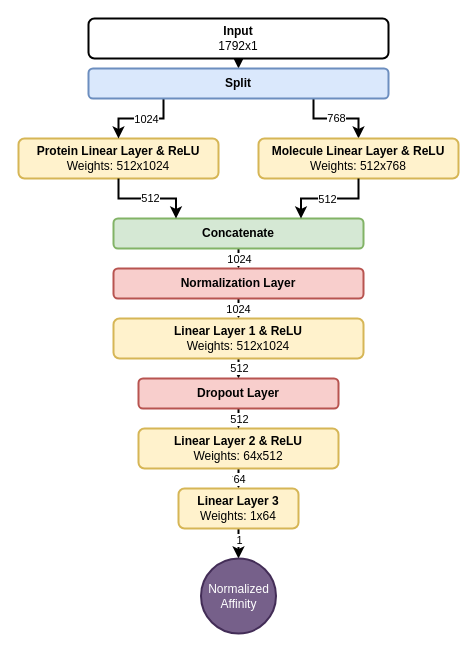
Before: Diagrams/xml/PredictionModule.drawio in trrt-good/WELP-PLAPT, a draw.io diagram. Source tidied: cells renumbered, new cells numbered last; positions are measured from the earlier drawing's top-left corner, leaving out a move shared by most shapes. Both pictures are drawn from the tidied source at 100%, with x=0, y=0 at pixel (18, 18).
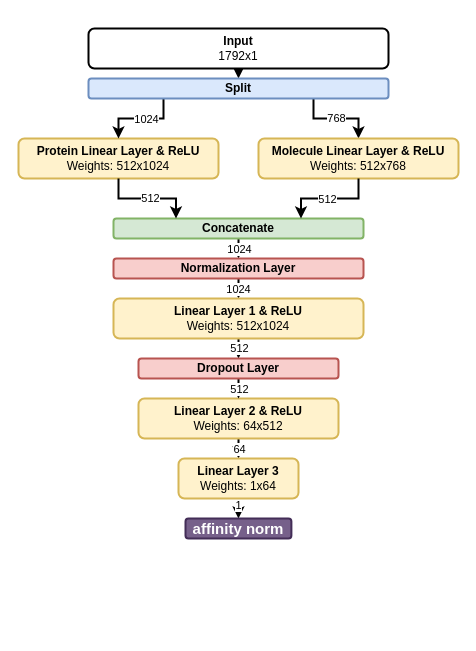
After the change.

Commit message (it also covers changes not shown here):
updated prediction module diagram

The edit, as a diff of the source:
```diff
@@
     <mxCell id="4" value="&lt;b&gt;Input&lt;/b&gt;&lt;br&gt;1792x1" style="rounded=1;whiteSpace=wrap;html=1;strokeWidth=2;" parent="1" vertex="1">
-      <mxGeometry x="70" width="300" height="40" as="geometry" />
+      <mxGeometry x="70" y="10" width="300" height="40" as="geometry" />
     </mxCell>
@@
     <mxCell id="9" value="&lt;b&gt;Split&lt;/b&gt;" style="rounded=1;whiteSpace=wrap;html=1;strokeWidth=2;fillColor=#dae8fc;strokeColor=#6c8ebf;" parent="1" vertex="1">
-      <mxGeometry x="70" y="50" width="300" height="30" as="geometry" />
+      <mxGeometry x="70" y="60" width="300" height="20" as="geometry" />
     </mxCell>
@@
     <mxCell id="13" value="&lt;b&gt;Concatenate&lt;/b&gt;" style="rounded=1;whiteSpace=wrap;html=1;strokeWidth=2;fillColor=#d5e8d4;strokeColor=#82b366;" parent="1" vertex="1">
-      <mxGeometry x="95" y="200" width="250" height="30" as="geometry" />
+      <mxGeometry x="95" y="200" width="250" height="20" as="geometry" />
     </mxCell>
@@
     <mxCell id="20" value="&lt;b&gt;Normalization Layer&lt;/b&gt;" style="rounded=1;whiteSpace=wrap;html=1;strokeWidth=2;fillColor=#f8cecc;strokeColor=#b85450;" parent="1" vertex="1">
-      <mxGeometry x="95" y="250" width="250" height="30" as="geometry" />
+      <mxGeometry x="95" y="240" width="250" height="20" as="geometry" />
     </mxCell>
@@
     <mxCell id="24" value="&lt;b&gt;Linear Layer 1 &amp;amp; ReLU&lt;br&gt;&lt;/b&gt;Weights: 512x1024" style="rounded=1;whiteSpace=wrap;html=1;strokeWidth=2;fillColor=#fff2cc;strokeColor=#d6b656;" parent="1" vertex="1">
-      <mxGeometry x="95" y="300" width="250" height="40" as="geometry" />
+      <mxGeometry x="95" y="280" width="250" height="40" as="geometry" />
     </mxCell>
@@
     <mxCell id="27" value="&lt;b&gt;Linear Layer 2 &amp;amp; ReLU&lt;br&gt;&lt;/b&gt;Weights: 64x512" style="rounded=1;whiteSpace=wrap;html=1;strokeWidth=2;fillColor=#fff2cc;strokeColor=#d6b656;" parent="1" vertex="1">
-      <mxGeometry x="120" y="410" width="200" height="40" as="geometry" />
+      <mxGeometry x="120" y="380" width="200" height="40" as="geometry" />
     </mxCell>
-    <mxCell id="28" style="edgeStyle=orthogonalEdgeStyle;rounded=0;jettySize=auto;html=1;exitX=0.5;exitY=1;exitDx=0;exitDy=0;strokeWidth=2;entryX=0.5;entryY=0;entryDx=0;entryDy=0;" parent="1" edge="1" source="30" target="34">
+    <mxCell id="28" style="edgeStyle=orthogonalEdgeStyle;rounded=0;jettySize=auto;html=1;exitX=0.5;exitY=1;exitDx=0;exitDy=0;strokeWidth=2;entryX=0.5;entryY=0;entryDx=0;entryDy=0;" parent="1" edge="1" source="30" target="35">
       <mxGeometry relative="1" as="geometry" />
     </mxCell>
@@
     <mxCell id="30" value="&lt;b&gt;Linear Layer 3&lt;br&gt;&lt;/b&gt;Weights: 1x64" style="rounded=1;whiteSpace=wrap;html=1;strokeWidth=2;fillColor=#fff2cc;strokeColor=#d6b656;" parent="1" vertex="1">
-      <mxGeometry x="160" y="470" width="120" height="40" as="geometry" />
+      <mxGeometry x="160" y="440" width="120" height="40" as="geometry" />
     </mxCell>
@@
     <mxCell id="33" value="&lt;b&gt;Dropout Layer&lt;/b&gt;" style="rounded=1;whiteSpace=wrap;html=1;strokeWidth=2;fillColor=#f8cecc;strokeColor=#b85450;" parent="1" vertex="1">
-      <mxGeometry x="120" y="360" width="200" height="30" as="geometry" />
+      <mxGeometry x="120" y="340" width="200" height="20" as="geometry" />
     </mxCell>
-    <mxCell id="34" value="Normalized Affinity" style="ellipse;whiteSpace=wrap;html=1;strokeWidth=2;fillColor=#76608a;fontColor=#ffffff;strokeColor=#432D57;" parent="1" vertex="1">
-      <mxGeometry x="182.5" y="540" width="75" height="75" as="geometry" />
-    </mxCell>
+    <mxCell id="35" value="&lt;b&gt;&lt;font style=&quot;font-size: 15px;&quot;&gt;affinity norm&lt;/font&gt;&lt;/b&gt;" style="rounded=1;whiteSpace=wrap;html=1;strokeWidth=2;fillColor=#76608a;strokeColor=#432D57;fontColor=#ffffff;" parent="1" vertex="1">
+      <mxGeometry x="167" y="500" width="105.9" height="20" as="geometry" />
+    </mxCell>
```
